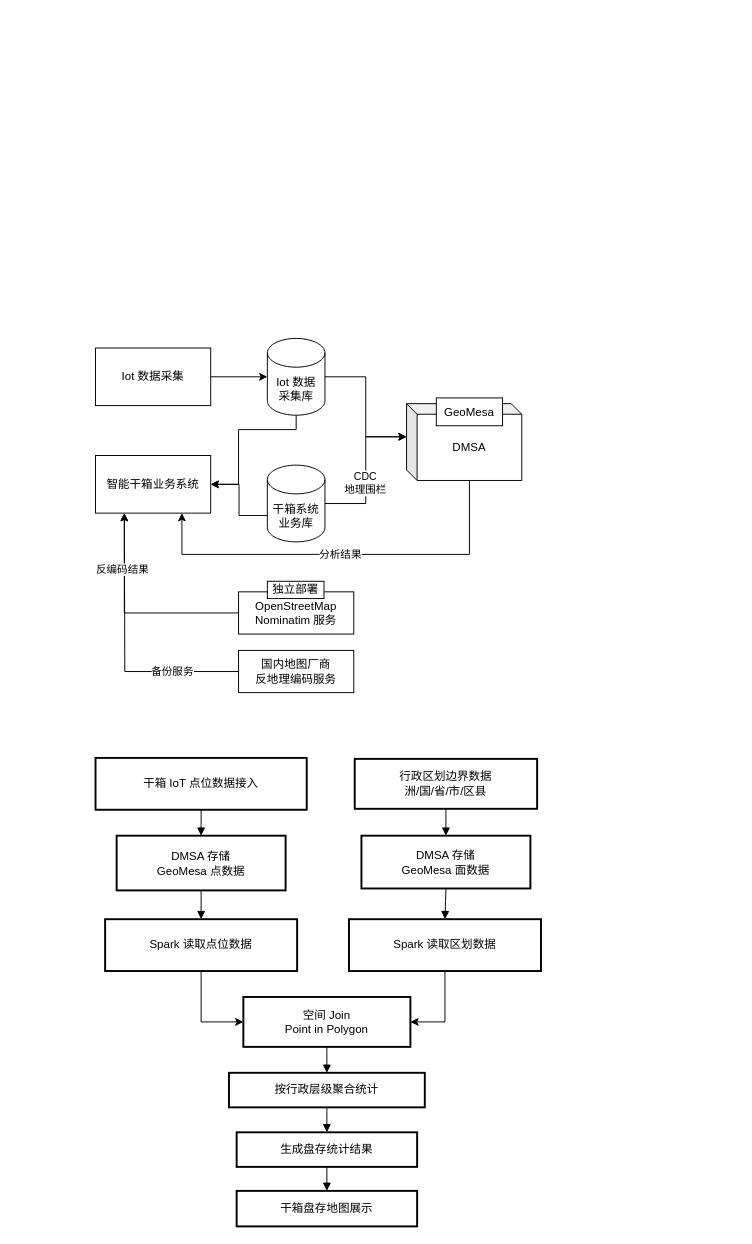
Above: page "第 4 页" (4 of 5) of 智能干箱.drawio in GISering/diagram (draw.io), before the change. Source tidied: cells renumbered, new cells numbered last; positions are measured from the earlier drawing's top-left corner, leaving out a move shared by most shapes. Both pictures are drawn from the tidied source at 96%, with x=0, y=0 at pixel (95, 338).
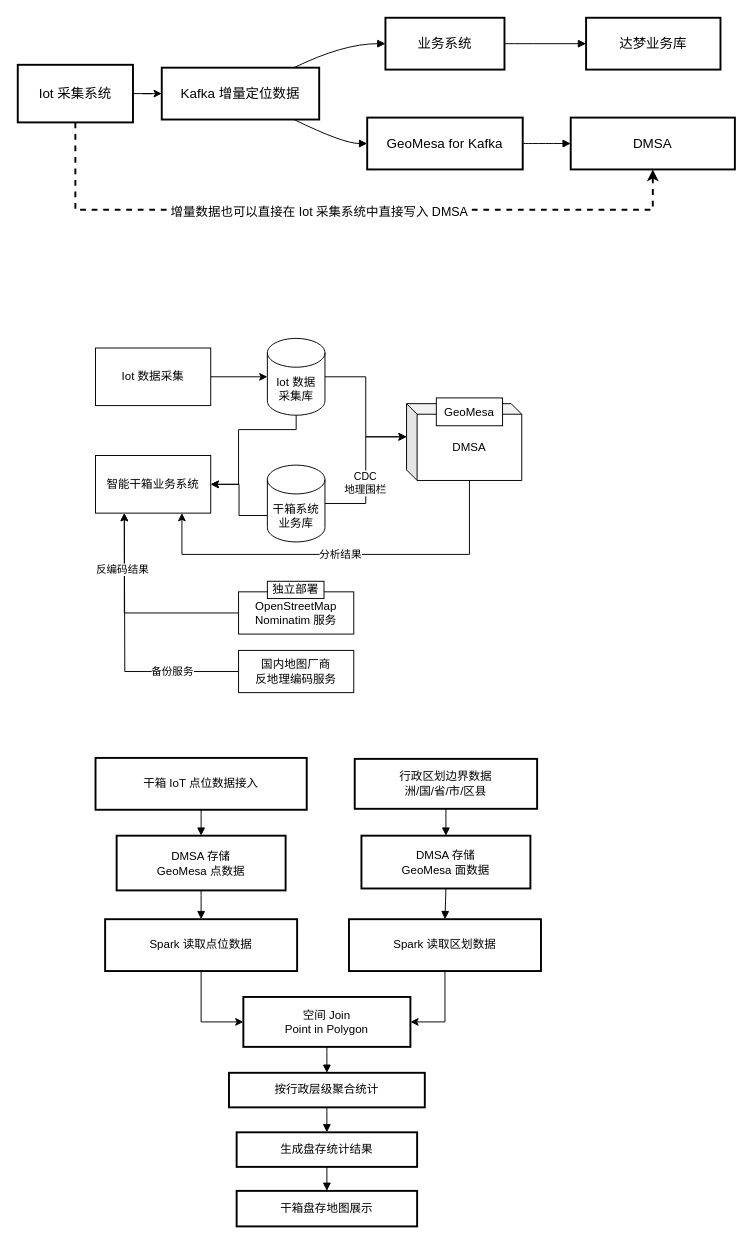
The same diagram, later.

Commit message:
更新智能干箱.drawio

Change to the diagram source:
```diff
@@
+    <mxCell id="42" value="Kafka 增量定位数据" style="whiteSpace=wrap;strokeWidth=2;fontSize=14;" parent="1" vertex="1">
+      <mxGeometry x="69" y="-282" width="164" height="54" as="geometry" />
+    </mxCell>
+    <mxCell id="43" value="业务系统" style="whiteSpace=wrap;strokeWidth=2;fontSize=14;" parent="1" vertex="1">
+      <mxGeometry x="302" y="-334" width="124" height="54" as="geometry" />
+    </mxCell>
+    <mxCell id="44" value="GeoMesa for Kafka" style="whiteSpace=wrap;strokeWidth=2;fontSize=14;" parent="1" vertex="1">
+      <mxGeometry x="283" y="-230" width="162" height="54" as="geometry" />
+    </mxCell>
+    <mxCell id="45" value="达梦业务库" style="whiteSpace=wrap;strokeWidth=2;fontSize=14;" parent="1" vertex="1">
+      <mxGeometry x="511" y="-334" width="140" height="54" as="geometry" />
+    </mxCell>
+    <mxCell id="46" value="DMSA" style="whiteSpace=wrap;strokeWidth=2;fontSize=14;" parent="1" vertex="1">
+      <mxGeometry x="495" y="-230" width="171" height="54" as="geometry" />
+    </mxCell>
+    <mxCell id="47" style="curved=1;startArrow=none;endArrow=block;exitX=0.84;exitY=0;entryX=0;entryY=0.5;rounded=0;" parent="1" edge="1" source="42" target="43">
+      <mxGeometry relative="1" as="geometry">
+        <Array as="points">
+          <mxPoint x="258" y="-307" />
+        </Array>
+      </mxGeometry>
+    </mxCell>
+    <mxCell id="48" style="curved=1;startArrow=none;endArrow=block;exitX=0.84;exitY=1;entryX=0;entryY=0.5;rounded=0;" parent="1" edge="1" source="42" target="44">
+      <mxGeometry relative="1" as="geometry">
+        <Array as="points">
+          <mxPoint x="258" y="-203" />
+        </Array>
+      </mxGeometry>
+    </mxCell>
+    <mxCell id="49" style="curved=1;startArrow=none;endArrow=block;exitX=1;exitY=0.5;entryX=0;entryY=0.5;rounded=0;" parent="1" edge="1" source="43" target="45">
+      <mxGeometry relative="1" as="geometry" />
+    </mxCell>
+    <mxCell id="50" style="curved=1;startArrow=none;endArrow=block;exitX=1;exitY=0.5;entryX=0;entryY=0.5;rounded=0;" parent="1" edge="1" source="44" target="46">
+      <mxGeometry relative="1" as="geometry" />
+    </mxCell>
+    <mxCell id="51" style="edgeStyle=orthogonalEdgeStyle;rounded=0;jettySize=auto;html=1;exitX=1;exitY=0.5;exitDx=0;exitDy=0;" parent="1" edge="1" source="54" target="42">
+      <mxGeometry relative="1" as="geometry" />
+    </mxCell>
+    <mxCell id="52" style="edgeStyle=orthogonalEdgeStyle;rounded=0;jettySize=auto;html=1;exitX=0.5;exitY=1;exitDx=0;exitDy=0;entryX=0.5;entryY=1;entryDx=0;entryDy=0;dashed=1;strokeWidth=2;" parent="1" edge="1" source="54" target="46">
+      <mxGeometry relative="1" as="geometry">
+        <Array as="points">
+          <mxPoint x="-21" y="-134" />
+          <mxPoint x="581" y="-134" />
+        </Array>
+      </mxGeometry>
+    </mxCell>
+    <mxCell id="53" value="增量数据也可以直接在 Iot 采集系统中直接写入 DMSA" style="edgeLabel;html=1;align=center;verticalAlign=middle;fontSize=13;" parent="52" vertex="1">
+      <mxGeometry x="-0.23" y="-1" relative="1" as="geometry">
+        <mxPoint x="61" as="offset" />
+      </mxGeometry>
+    </mxCell>
+    <mxCell id="54" value="Iot 采集系统" style="rounded=0;whiteSpace=wrap;html=1;strokeWidth=2;fontSize=14;" parent="1" vertex="1">
+      <mxGeometry x="-81" y="-285" width="120" height="60" as="geometry" />
+    </mxCell>
```
